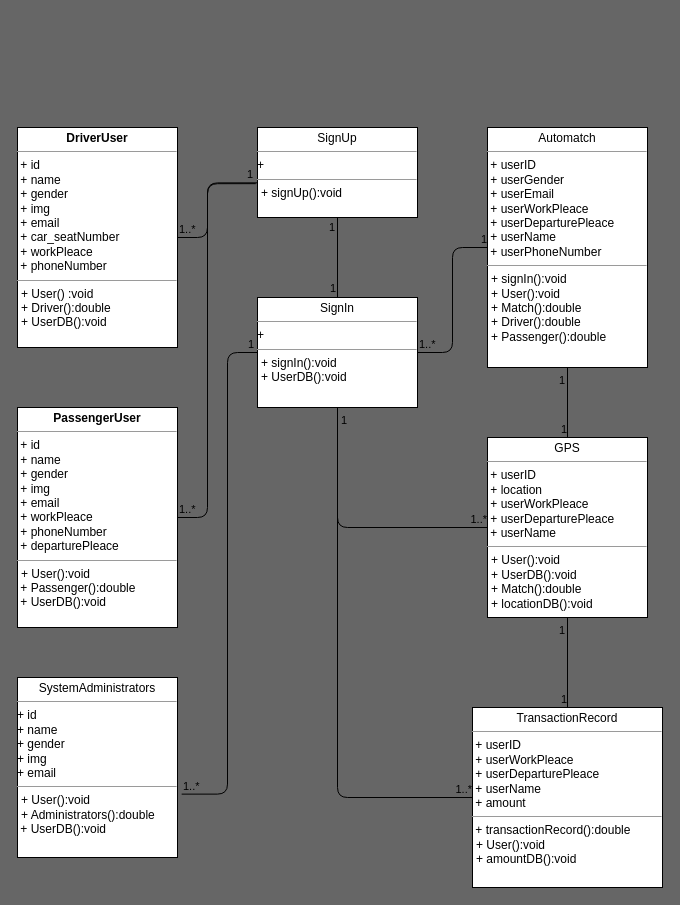
Before: ans.drawio in s9606105/110-2HW6, a draw.io diagram. Source tidied: cells renumbered, new cells numbered last; positions are measured from the earlier drawing's top-left corner, leaving out a move shared by most shapes. Both pictures are drawn from the tidied source at 100%, with x=0, y=0 at pixel (17, 127).
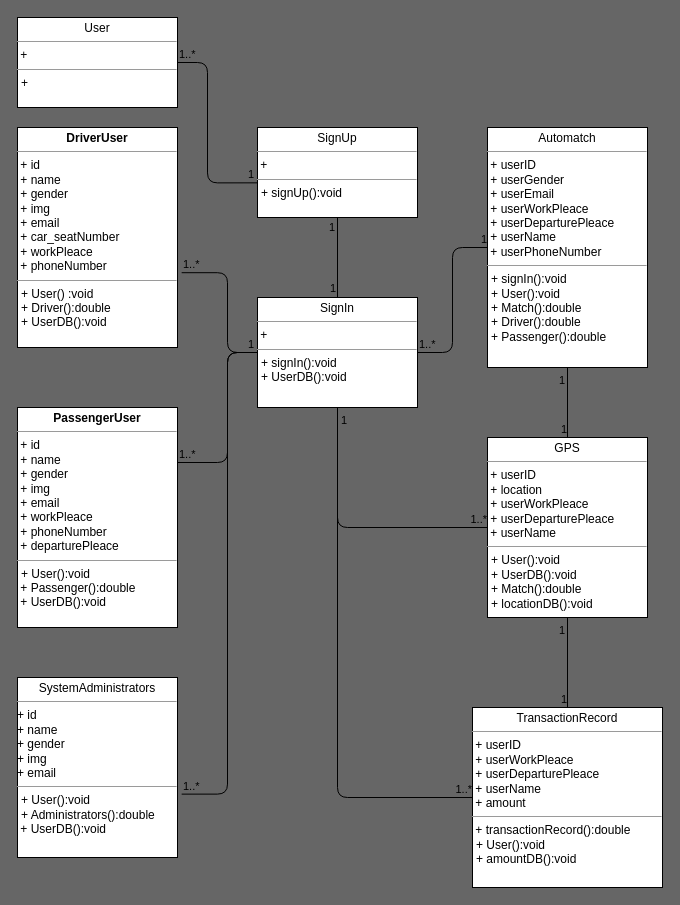
Above is the later version.

The change refers to these unchanged cells:
```xml
<mxCell id="2" value="&lt;p style=&quot;margin: 0px ; margin-top: 4px ; text-align: center&quot;&gt;&lt;b&gt;DriverUser&lt;/b&gt;&lt;/p&gt;&lt;hr size=&quot;1&quot;&gt;&amp;nbsp;+ id&lt;br&gt;&amp;nbsp;+&amp;nbsp;&lt;span&gt;name&lt;br&gt;&lt;/span&gt;&amp;nbsp;+ gender&lt;br&gt;&amp;nbsp;+&amp;nbsp;&lt;span&gt;img&lt;br&gt;&lt;/span&gt;&amp;nbsp;+ email&lt;br&gt;&amp;nbsp;+ car_seatNumber&lt;br&gt;&amp;nbsp;+ workPleace&lt;br&gt;&amp;nbsp;+ phoneNumber&lt;br&gt;&lt;hr size=&quot;1&quot;&gt;&lt;p style=&quot;margin: 0px ; margin-left: 4px&quot;&gt;+ User() :void&lt;/p&gt;&lt;p style=&quot;margin: 0px ; margin-left: 4px&quot;&gt;+ Driver():double&lt;br&gt;&lt;/p&gt;&lt;p style=&quot;margin: 0px ; margin-left: 4px&quot;&gt;+ UserDB():void&lt;/p&gt;" style="verticalAlign=top;align=left;overflow=fill;fontSize=12;fontFamily=Helvetica;html=1;" parent="1" vertex="1">
  <mxGeometry width="160" height="220" as="geometry" />
</mxCell>
<mxCell id="3" value="&lt;p style=&quot;margin: 0px ; margin-top: 4px ; text-align: center&quot;&gt;&lt;b&gt;PassengerUser&lt;/b&gt;&lt;/p&gt;&lt;hr size=&quot;1&quot;&gt;&amp;nbsp;+ id&lt;br&gt;&amp;nbsp;+&amp;nbsp;&lt;span&gt;name&lt;br&gt;&lt;/span&gt;&amp;nbsp;+ gender&lt;br&gt;&amp;nbsp;+&amp;nbsp;&lt;span&gt;img&lt;br&gt;&lt;/span&gt;&amp;nbsp;+ email&lt;br&gt;&amp;nbsp;+ workPleace&lt;br&gt;&amp;nbsp;+ phoneNumber&lt;br&gt;&amp;nbsp;+ departurePleace&lt;br&gt;&lt;hr size=&quot;1&quot;&gt;&lt;p style=&quot;margin: 0px ; margin-left: 4px&quot;&gt;+ User():void&lt;/p&gt;&amp;nbsp;+ Passenger():double&lt;br&gt;&amp;nbsp;+ UserDB():void&lt;br&gt;&lt;p style=&quot;margin: 0px ; margin-left: 4px&quot;&gt;&amp;nbsp;&lt;/p&gt;" style="verticalAlign=top;align=left;overflow=fill;fontSize=12;fontFamily=Helvetica;html=1;" parent="1" vertex="1">
  <mxGeometry y="280" width="160" height="220" as="geometry" />
</mxCell>
```

What changed in the source:
```diff
@@
-    <mxCell id="5" value="&lt;p style=&quot;margin: 0px ; margin-top: 4px ; text-align: center&quot;&gt;SignUp&lt;/p&gt;&lt;hr size=&quot;1&quot;&gt;+&lt;br&gt;&lt;hr size=&quot;1&quot;&gt;&lt;p style=&quot;margin: 0px ; margin-left: 4px&quot;&gt;+ signUp():void&lt;/p&gt;" style="verticalAlign=top;align=left;overflow=fill;fontSize=12;fontFamily=Helvetica;html=1;" parent="1" vertex="1">
+    <mxCell id="5" value="&lt;p style=&quot;margin: 0px ; margin-top: 4px ; text-align: center&quot;&gt;SignUp&lt;/p&gt;&lt;hr size=&quot;1&quot;&gt;&amp;nbsp;+&lt;br&gt;&lt;hr size=&quot;1&quot;&gt;&lt;p style=&quot;margin: 0px ; margin-left: 4px&quot;&gt;+ signUp():void&lt;/p&gt;" style="verticalAlign=top;align=left;overflow=fill;fontSize=12;fontFamily=Helvetica;html=1;" parent="1" vertex="1">
       <mxGeometry x="240" width="160" height="90" as="geometry" />
     </mxCell>
-    <mxCell id="6" value="&lt;p style=&quot;margin: 0px ; margin-top: 4px ; text-align: center&quot;&gt;SignIn&lt;/p&gt;&lt;hr size=&quot;1&quot;&gt;+&lt;br&gt;&lt;hr size=&quot;1&quot;&gt;&lt;p style=&quot;margin: 0px ; margin-left: 4px&quot;&gt;+ signIn():void&lt;/p&gt;&lt;p style=&quot;margin: 0px ; margin-left: 4px&quot;&gt;+ UserDB():void&lt;/p&gt;" style="verticalAlign=top;align=left;overflow=fill;fontSize=12;fontFamily=Helvetica;html=1;" parent="1" vertex="1">
+    <mxCell id="6" value="&lt;p style=&quot;margin: 0px ; margin-top: 4px ; text-align: center&quot;&gt;SignIn&lt;/p&gt;&lt;hr size=&quot;1&quot;&gt;&amp;nbsp;+&lt;br&gt;&lt;hr size=&quot;1&quot;&gt;&lt;p style=&quot;margin: 0px ; margin-left: 4px&quot;&gt;+ signIn():void&lt;/p&gt;&lt;p style=&quot;margin: 0px ; margin-left: 4px&quot;&gt;+ UserDB():void&lt;/p&gt;" style="verticalAlign=top;align=left;overflow=fill;fontSize=12;fontFamily=Helvetica;html=1;" parent="1" vertex="1">
       <mxGeometry x="240" y="170" width="160" height="110" as="geometry" />
     </mxCell>
@@
-    <mxCell id="10" style="endArrow=none;html=1;edgeStyle=orthogonalEdgeStyle;exitX=1;exitY=0.5;exitDx=0;exitDy=0;entryX=-0.001;entryY=0.615;entryDx=0;entryDy=0;entryPerimeter=0;" parent="1" edge="1" source="3" target="5">
+    <mxCell id="10" style="endArrow=none;html=1;edgeStyle=orthogonalEdgeStyle;exitX=1;exitY=0.5;exitDx=0;exitDy=0;entryX=-0.001;entryY=0.615;entryDx=0;entryDy=0;entryPerimeter=0;" parent="1" edge="1" source="39" target="5">
       <mxGeometry relative="1" as="geometry">
         <Array as="points">
-          <mxPoint x="190" y="390" />
+          <mxPoint x="190" y="-65" />
           <mxPoint x="190" y="55" />
         </Array>
       </mxGeometry>
     </mxCell>
@@
-    <mxCell id="13" style="endArrow=none;html=1;edgeStyle=orthogonalEdgeStyle;exitX=1;exitY=0.5;exitDx=0;exitDy=0;entryX=-0.011;entryY=0.624;entryDx=0;entryDy=0;entryPerimeter=0;" parent="1" edge="1" source="2" target="5">
-      <mxGeometry relative="1" as="geometry">
-        <Array as="points">
-          <mxPoint x="190" y="110" />
-          <mxPoint x="190" y="56" />
-        </Array>
-      </mxGeometry>
-    </mxCell>
-    <mxCell id="14" value="1..*" style="edgeLabel;html=1;align=left;verticalAlign=bottom;labelBackgroundColor=none;" parent="13" vertex="1">
-      <mxGeometry x="-1" relative="1" as="geometry" />
-    </mxCell>
@@
+    <mxCell id="35" style="endArrow=none;html=1;edgeStyle=orthogonalEdgeStyle;exitX=1;exitY=0.25;exitDx=0;exitDy=0;entryX=0;entryY=0.5;entryDx=0;entryDy=0;" parent="1" edge="1" source="3" target="6">
+      <mxGeometry relative="1" as="geometry">
+        <Array as="points">
+          <mxPoint x="210" y="335" />
+          <mxPoint x="210" y="225" />
+        </Array>
+      </mxGeometry>
+    </mxCell>
+    <mxCell id="36" value="1..*" style="edgeLabel;html=1;align=left;verticalAlign=bottom;labelBackgroundColor=none;" parent="35" vertex="1">
+      <mxGeometry x="-1" relative="1" as="geometry" />
+    </mxCell>
+    <mxCell id="37" style="endArrow=none;html=1;edgeStyle=orthogonalEdgeStyle;entryX=0;entryY=0.5;entryDx=0;entryDy=0;exitX=1.026;exitY=0.66;exitDx=0;exitDy=0;exitPerimeter=0;" parent="1" edge="1" source="2" target="6">
+      <mxGeometry relative="1" as="geometry">
+        <Array as="points">
+          <mxPoint x="210" y="145" />
+          <mxPoint x="210" y="225" />
+        </Array>
+      </mxGeometry>
+    </mxCell>
+    <mxCell id="38" value="1..*" style="edgeLabel;html=1;align=left;verticalAlign=bottom;labelBackgroundColor=none;" parent="37" vertex="1">
+      <mxGeometry x="-1" relative="1" as="geometry" />
+    </mxCell>
+    <mxCell id="39" value="&lt;p style=&quot;margin: 0px ; margin-top: 4px ; text-align: center&quot;&gt;User&lt;/p&gt;&lt;hr size=&quot;1&quot;&gt;&amp;nbsp;+&lt;br&gt;&lt;hr size=&quot;1&quot;&gt;&lt;p style=&quot;margin: 0px ; margin-left: 4px&quot;&gt;+&amp;nbsp;&lt;/p&gt;" style="verticalAlign=top;align=left;overflow=fill;fontSize=12;fontFamily=Helvetica;html=1;" parent="1" vertex="1">
+      <mxGeometry y="-110" width="160" height="90" as="geometry" />
+    </mxCell>
```
